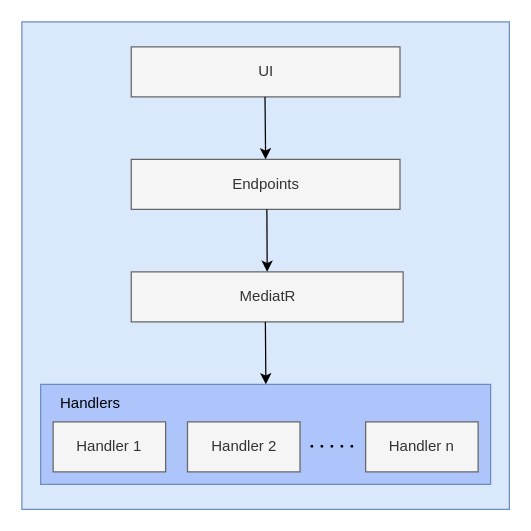
Above: page "MediatR_flow" (6 of 10) of diagrams/Users2_db_schema.drawio in riv4lz/riv4lz-backend (draw.io), before the change. Source tidied: cells renumbered, new cells numbered last; positions are measured from the earlier drawing's top-left corner, leaving out a move shared by most shapes. Both pictures are drawn from the tidied source at 125%, with x=0, y=0 at pixel (21, 21).
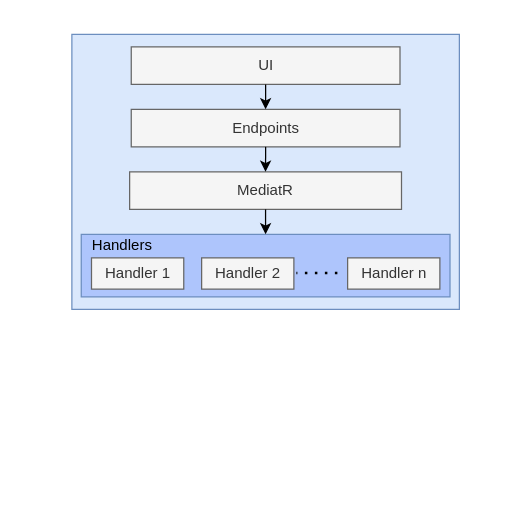
The same diagram, later.

What changed in the source:
```diff
@@
 <mxGraphModel>
   <root>
     <mxCell id="0" />
     <mxCell id="1" parent="0" />
     <mxCell id="2" style="rounded=0;whiteSpace=wrap;html=1;fillColor=#dae8fc;strokeColor=#6c8ebf;" parent="1" vertex="1">
-      <mxGeometry width="390" height="390" as="geometry" />
+      <mxGeometry x="40" y="10" width="310" height="220" as="geometry" />
     </mxCell>
     <mxCell id="3" value="Endpoints" style="rounded=0;whiteSpace=wrap;html=1;fillColor=#f5f5f5;fontColor=#333333;strokeColor=#666666;" parent="1" vertex="1">
-      <mxGeometry x="87.5" y="110" width="215" height="40" as="geometry" />
+      <mxGeometry x="87.5" y="70" width="215" height="30" as="geometry" />
     </mxCell>
     <mxCell id="4" value="MediatR" style="rounded=0;whiteSpace=wrap;html=1;fillColor=#f5f5f5;fontColor=#333333;strokeColor=#666666;" parent="1" vertex="1">
-      <mxGeometry x="87.5" y="200" width="217.5" height="40" as="geometry" />
+      <mxGeometry x="86.2" y="120" width="217.5" height="30" as="geometry" />
     </mxCell>
     <mxCell id="5" value="UI" style="rounded=0;whiteSpace=wrap;html=1;fillColor=#f5f5f5;fontColor=#333333;strokeColor=#666666;" parent="1" vertex="1">
-      <mxGeometry x="87.5" y="20" width="215" height="40" as="geometry" />
+      <mxGeometry x="87.5" y="20" width="215" height="30" as="geometry" />
     </mxCell>
     <mxCell id="6" style="group;" parent="1" vertex="1">
-      <mxGeometry x="15" y="290" width="360" height="80" as="geometry" />
+      <mxGeometry x="47.5" y="170" width="295" height="50" as="geometry" />
     </mxCell>
     <mxCell id="7" style="rounded=0;whiteSpace=wrap;html=1;fillColor=#AEC5FC;strokeColor=#6c8ebf;" parent="6" vertex="1">
-      <mxGeometry width="360" height="80" as="geometry" />
+      <mxGeometry width="295" height="50" as="geometry" />
     </mxCell>
     <mxCell id="8" value="Handler 2" style="rounded=0;whiteSpace=wrap;html=1;fillColor=#f5f5f5;fontColor=#333333;strokeColor=#666666;" parent="6" vertex="1">
-      <mxGeometry x="117.5" y="30" width="90" height="40" as="geometry" />
+      <mxGeometry x="96.3" y="18.8" width="73.8" height="25" as="geometry" />
     </mxCell>
     <mxCell id="9" value="Handler 1" style="rounded=0;whiteSpace=wrap;html=1;fillColor=#f5f5f5;fontColor=#333333;strokeColor=#666666;" parent="6" vertex="1">
-      <mxGeometry x="10" y="30" width="90" height="40" as="geometry" />
+      <mxGeometry x="8.2" y="18.8" width="73.8" height="25" as="geometry" />
     </mxCell>
     <mxCell id="10" value="Handler n" style="rounded=0;whiteSpace=wrap;html=1;fillColor=#f5f5f5;fontColor=#333333;strokeColor=#666666;" parent="6" vertex="1">
-      <mxGeometry x="260" y="30" width="90" height="40" as="geometry" />
+      <mxGeometry x="213.1" y="18.8" width="73.8" height="25" as="geometry" />
     </mxCell>
     <mxCell id="11" style="endArrow=none;dashed=1;html=1;dashPattern=1 3;strokeWidth=2;rounded=0;" parent="6" edge="1">
       <mxGeometry relative="1" as="geometry">
-        <mxPoint x="250" y="49.5" as="sourcePoint" />
-        <mxPoint x="210" y="49.5" as="targetPoint" />
+        <mxPoint x="204.9" y="30.9" as="sourcePoint" />
+        <mxPoint x="172.1" y="30.9" as="targetPoint" />
       </mxGeometry>
     </mxCell>
     <mxCell id="12" value="Handlers" style="text;html=1;strokeColor=none;fillColor=none;align=center;verticalAlign=middle;whiteSpace=wrap;rounded=0;" parent="6" vertex="1">
-      <mxGeometry x="10" width="60" height="30" as="geometry" />
+      <mxGeometry x="8.2" width="49.2" height="18.8" as="geometry" />
     </mxCell>
-    <mxCell id="13" style="endArrow=classic;html=1;rounded=0;" parent="1" edge="1">
-      <mxGeometry relative="1" as="geometry">
-        <mxPoint x="194.5" y="60" as="sourcePoint" />
-        <mxPoint x="195" y="110" as="targetPoint" />
-      </mxGeometry>
+    <mxCell id="13" style="endArrow=classic;html=1;rounded=0;exitX=0.5;exitY=1;exitDx=0;exitDy=0;entryX=0.5;entryY=0;entryDx=0;entryDy=0;" parent="1" edge="1" source="5" target="3">
+      <mxGeometry relative="1" as="geometry" />
     </mxCell>
-    <mxCell id="14" style="endArrow=classic;html=1;rounded=0;entryX=0.5;entryY=0;entryDx=0;entryDy=0;" parent="1" edge="1" target="4">
-      <mxGeometry relative="1" as="geometry">
-        <mxPoint x="196" y="150" as="sourcePoint" />
-      </mxGeometry>
+    <mxCell id="14" style="endArrow=classic;html=1;rounded=0;entryX=0.5;entryY=0;entryDx=0;entryDy=0;exitX=0.5;exitY=1;exitDx=0;exitDy=0;" parent="1" edge="1" source="3" target="4">
+      <mxGeometry relative="1" as="geometry" />
     </mxCell>
-    <mxCell id="15" style="endArrow=classic;html=1;rounded=0;" parent="1" edge="1">
-      <mxGeometry relative="1" as="geometry">
-        <mxPoint x="194.8" y="240" as="sourcePoint" />
-        <mxPoint x="195.2" y="290" as="targetPoint" />
-      </mxGeometry>
+    <mxCell id="15" style="endArrow=classic;html=1;rounded=0;exitX=0.5;exitY=1;exitDx=0;exitDy=0;entryX=0.5;entryY=0;entryDx=0;entryDy=0;" parent="1" edge="1" source="4" target="7">
+      <mxGeometry relative="1" as="geometry" />
     </mxCell>
   </root>
 </mxGraphModel>
```
